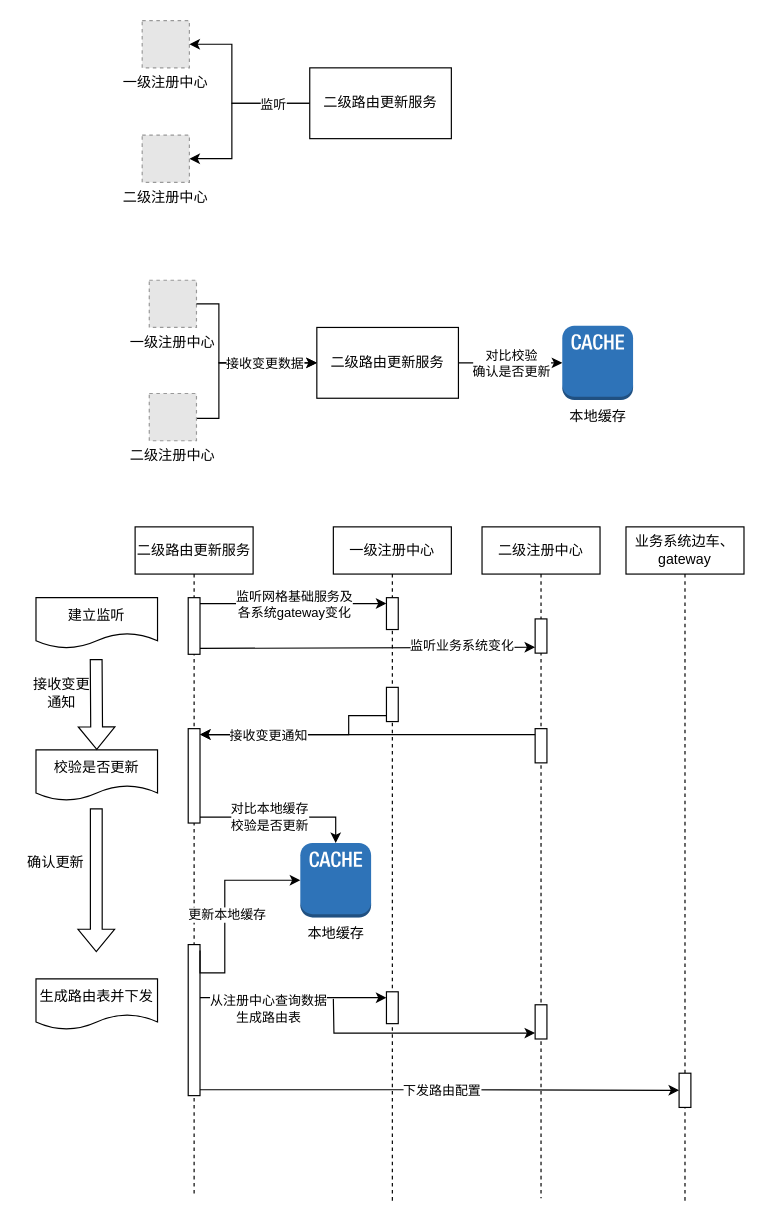
Earlier version of the draw.io diagram 二级xds与中央consul解耦.drawio (pbxnn/draw). Source tidied: cells renumbered, new cells numbered last; positions are measured from the earlier drawing's top-left corner, leaving out a move shared by most shapes. Both pictures are drawn from the tidied source at 118%, with x=0, y=0 at pixel (20, 20). Pictures stored in the file or linked from it are replaced by grey dashed boxes.
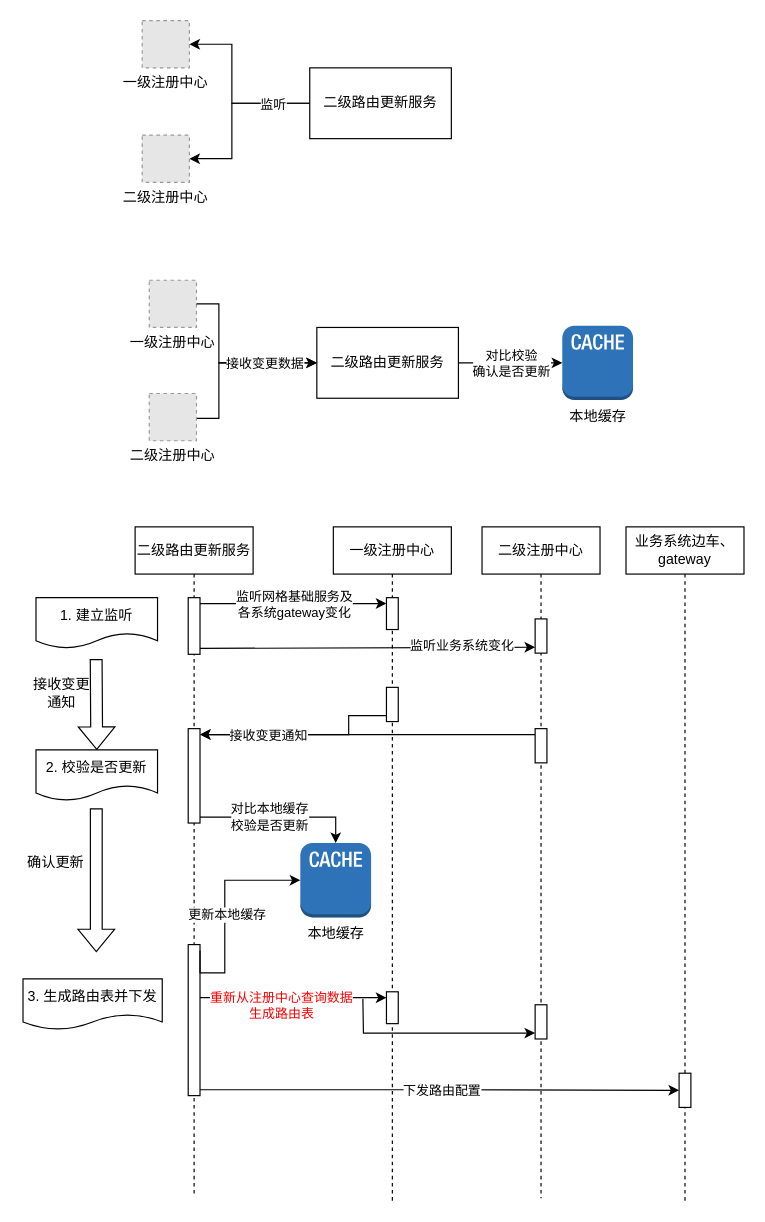
The same page after the edit.

Commit message (it also covers changes not shown here):
更新二级xds与中央consul解耦.drawio

The change refers to these unchanged cells:
```xml
<mxCell id="37" style="html=1;points=[[0,0,0,0,5],[0,1,0,0,-5],[1,0,0,0,5],[1,1,0,0,-5]];perimeter=orthogonalPerimeter;outlineConnect=0;targetShapes=umlLifeline;portConstraint=eastwest;newEdgeStyle={&quot;curved&quot;:0,&quot;rounded&quot;:0};" parent="34" vertex="1">
  <mxGeometry x="45" y="405" width="10" height="29" as="geometry" />
</mxCell>
<mxCell id="58" style="endArrow=classic;html=1;rounded=0;entryX=0;entryY=0;entryDx=0;entryDy=5;entryPerimeter=0;" parent="1" edge="1" source="29" target="32">
  <mxGeometry relative="1" as="geometry" />
</mxCell>
```

What changed in the source:
```diff
@@
-    <mxCell id="44" value="建立监听" style="shape=document;whiteSpace=wrap;html=1;boundedLbl=1;" parent="1" vertex="1">
+    <mxCell id="44" value="1. 建立监听" style="shape=document;whiteSpace=wrap;html=1;boundedLbl=1;" parent="1" vertex="1">
       <mxGeometry x="13" y="489" width="103" height="43" as="geometry" />
     </mxCell>
-    <mxCell id="45" value="&lt;span style=&quot;background-color: transparent; color: light-dark(rgb(0, 0, 0), rgb(255, 255, 255));&quot;&gt;校验是否更新&lt;/span&gt;" style="shape=document;whiteSpace=wrap;html=1;boundedLbl=1;" parent="1" vertex="1">
+    <mxCell id="45" value="&lt;span style=&quot;background-color: transparent; color: light-dark(rgb(0, 0, 0), rgb(255, 255, 255));&quot;&gt;2. 校验是否更新&lt;/span&gt;" style="shape=document;whiteSpace=wrap;html=1;boundedLbl=1;" parent="1" vertex="1">
       <mxGeometry x="13" y="618" width="103" height="43" as="geometry" />
     </mxCell>
@@
-    <mxCell id="52" value="生成路由表并下发" style="shape=document;whiteSpace=wrap;html=1;boundedLbl=1;" parent="1" vertex="1">
-      <mxGeometry x="13" y="812" width="103" height="43" as="geometry" />
+    <mxCell id="52" value="3. 生成路由表并下发" style="shape=document;whiteSpace=wrap;html=1;boundedLbl=1;" parent="1" vertex="1">
+      <mxGeometry x="2" y="812" width="118" height="43" as="geometry" />
     </mxCell>
@@
-    <mxCell id="59" value="从注册中心查询数据&lt;div&gt;生成路由表&lt;/div&gt;" style="edgeLabel;html=1;align=center;verticalAlign=middle;" parent="58" vertex="1">
+    <mxCell id="59" value="重新从注册中心查询数据&lt;div&gt;生成路由表&lt;/div&gt;" style="edgeLabel;html=1;align=center;verticalAlign=middle;fontColor=#FF0000;" parent="58" vertex="1">
       <mxGeometry x="-0.34" y="-1" relative="1" as="geometry">
-        <mxPoint x="5" y="8" as="offset" />
+        <mxPoint x="16" y="5" as="offset" />
       </mxGeometry>
     </mxCell>
     <mxCell id="60" style="endArrow=classic;html=1;rounded=0;entryX=0;entryY=1;entryDx=0;entryDy=-5;entryPerimeter=0;edgeStyle=orthogonalEdgeStyle;" parent="1" edge="1" target="37">
       <mxGeometry relative="1" as="geometry">
-        <mxPoint x="265" y="829" as="sourcePoint" />
+        <mxPoint x="290" y="829" as="sourcePoint" />
       </mxGeometry>
     </mxCell>
```
